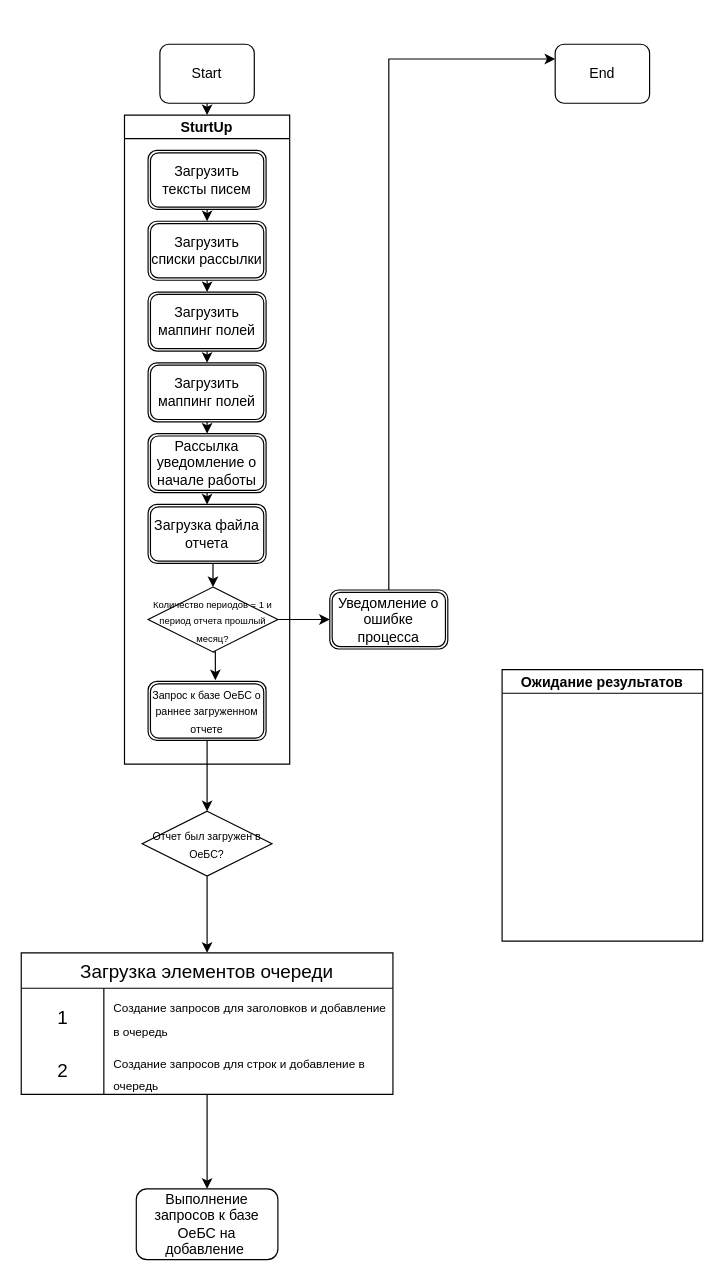
existimatio/GAtest keeps this draw.io diagram as Диаграмма без названия.drawio. Above is the earlier version. Source tidied: cells renumbered, new cells numbered last; positions are measured from the earlier drawing's top-left corner, leaving out a move shared by most shapes. Both pictures are drawn from the tidied source at 118%, with x=0, y=0 at pixel (20, 44).
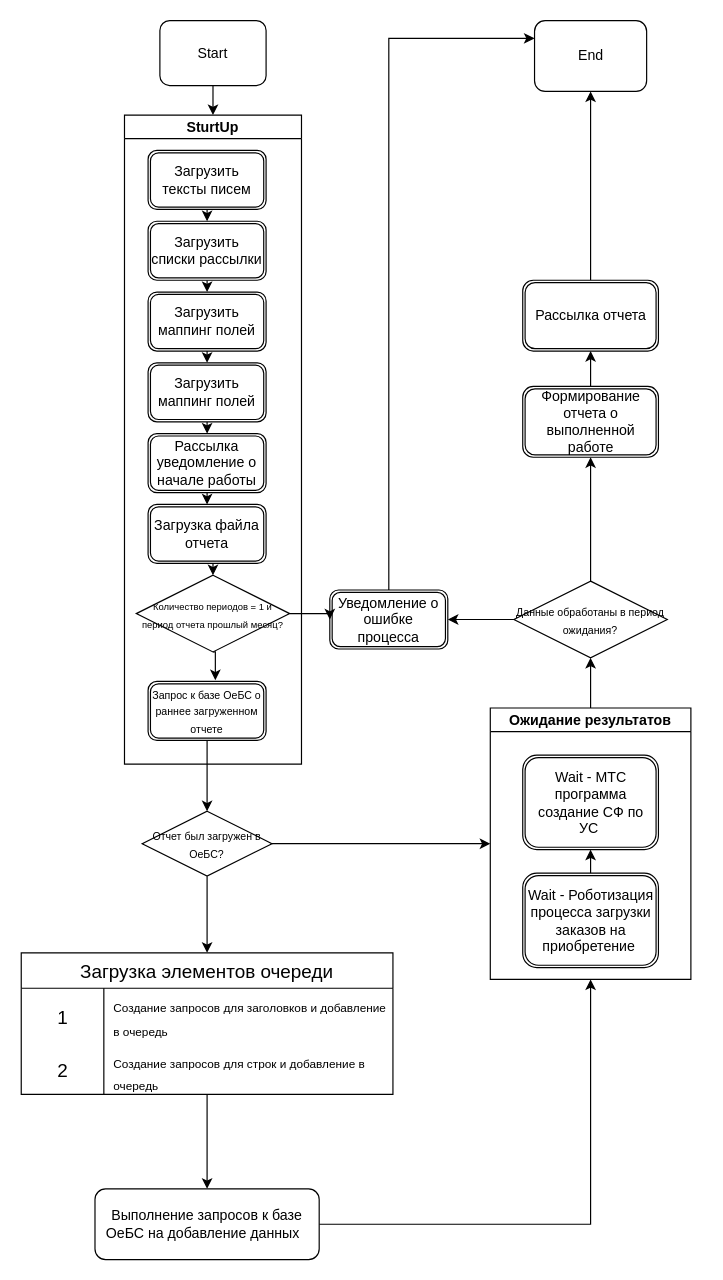
After the change.

The change refers to these unchanged cells:
```xml
<mxCell id="22" value="Уведомление о ошибке процесса" style="shape=ext;double=1;rounded=1;whiteSpace=wrap;html=1;" parent="1" vertex="1">
  <mxGeometry x="262" y="462.5" width="100" height="50" as="geometry" />
</mxCell>
<mxCell id="25" value="&lt;font style=&quot;font-size: 9px;&quot;&gt;Отчет был загружен в ОеБС?&lt;/font&gt;" style="rhombus;whiteSpace=wrap;html=1;" parent="1" vertex="1">
  <mxGeometry x="103" y="650" width="110" height="55" as="geometry" />
</mxCell>
```

Diff of the diagram source:
```diff
@@
     <mxCell id="3" value="Start" style="rounded=1;whiteSpace=wrap;html=1;fontSize=12;glass=0;strokeWidth=1;shadow=0;" parent="1" vertex="1">
-      <mxGeometry x="118" width="80" height="50" as="geometry" />
+      <mxGeometry x="118" y="-20" width="90" height="55" as="geometry" />
     </mxCell>
     <mxCell id="4" value="End" style="rounded=1;whiteSpace=wrap;html=1;fontSize=12;glass=0;strokeWidth=1;shadow=0;" parent="1" vertex="1">
-      <mxGeometry x="453" width="80" height="50" as="geometry" />
+      <mxGeometry x="435.5" y="-20" width="95" height="60" as="geometry" />
     </mxCell>
     <mxCell id="5" value="SturtUp" style="swimlane;startSize=20;horizontal=1;containerType=tree;" parent="1" vertex="1">
-      <mxGeometry x="88" y="60" width="140" height="550" as="geometry" />
+      <mxGeometry x="88" y="60" width="150" height="550" as="geometry" />
     </mxCell>
@@
     <mxCell id="19" value="&lt;font style=&quot;font-size: 8px;&quot;&gt;Количество периодов = 1 и период отчета прошлый месяц?&lt;/font&gt;" style="rhombus;whiteSpace=wrap;html=1;" parent="5" vertex="1">
-      <mxGeometry x="20" y="400" width="110" height="55" as="geometry" />
+      <mxGeometry x="10" y="390" width="130" height="65" as="geometry" />
     </mxCell>
@@
+    <mxCell id="37" style="edgeStyle=orthogonalEdgeStyle;rounded=0;jettySize=auto;html=1;exitX=1;exitY=0.5;exitDx=0;exitDy=0;entryX=0;entryY=0.5;entryDx=0;entryDy=0;" parent="1" edge="1" source="25" target="27">
+      <mxGeometry relative="1" as="geometry" />
+    </mxCell>
@@
+    <mxCell id="38" style="edgeStyle=orthogonalEdgeStyle;rounded=0;jettySize=auto;html=1;exitX=0.5;exitY=0;exitDx=0;exitDy=0;entryX=0.5;entryY=1;entryDx=0;entryDy=0;" parent="1" edge="1" source="27" target="45">
+      <mxGeometry relative="1" as="geometry" />
+    </mxCell>
     <mxCell id="27" value="Ожидание результатов" style="swimlane;startSize=20;horizontal=1;containerType=tree;" parent="1" vertex="1">
-      <mxGeometry x="408" y="530" width="170" height="230" as="geometry" />
+      <mxGeometry x="398" y="562.5" width="170" height="230" as="geometry" />
     </mxCell>
+    <mxCell id="39" value="Wait - МТС программа создание СФ по УС&amp;nbsp;" style="shape=ext;double=1;rounded=1;whiteSpace=wrap;html=1;" parent="27" vertex="1">
+      <mxGeometry x="27.5" y="40" width="115" height="80" as="geometry" />
+    </mxCell>
+    <mxCell id="40" style="edgeStyle=orthogonalEdgeStyle;rounded=0;jettySize=auto;html=1;exitX=0.5;exitY=0;exitDx=0;exitDy=0;entryX=0.5;entryY=1;entryDx=0;entryDy=0;" parent="27" edge="1" source="41" target="39">
+      <mxGeometry relative="1" as="geometry" />
+    </mxCell>
+    <mxCell id="41" value="Wait - Роботизация процесса загрузки заказов на приобретение&amp;nbsp;" style="shape=ext;double=1;rounded=1;whiteSpace=wrap;html=1;" parent="27" vertex="1">
+      <mxGeometry x="27.5" y="140" width="115" height="80" as="geometry" />
+    </mxCell>
@@
+    <mxCell id="42" style="edgeStyle=orthogonalEdgeStyle;rounded=0;jettySize=auto;html=1;exitX=1;exitY=0.5;exitDx=0;exitDy=0;entryX=0.5;entryY=1;entryDx=0;entryDy=0;" parent="1" edge="1" source="36" target="27">
+      <mxGeometry relative="1" as="geometry" />
+    </mxCell>
-    <mxCell id="36" value="Выполнение запросов к базе ОеБС на добавление&amp;nbsp;" style="rounded=1;whiteSpace=wrap;html=1;" parent="1" vertex="1">
-      <mxGeometry x="98" y="970" width="120" height="60" as="geometry" />
+    <mxCell id="36" value="Выполнение запросов к базе ОеБС на добавление данных&amp;nbsp;&amp;nbsp;" style="rounded=1;whiteSpace=wrap;html=1;" parent="1" vertex="1">
+      <mxGeometry x="63" y="970" width="190" height="60" as="geometry" />
     </mxCell>
+    <mxCell id="43" style="edgeStyle=orthogonalEdgeStyle;rounded=0;jettySize=auto;html=1;exitX=0;exitY=0.5;exitDx=0;exitDy=0;" parent="1" edge="1" source="45" target="22">
+      <mxGeometry relative="1" as="geometry" />
+    </mxCell>
+    <mxCell id="44" style="edgeStyle=orthogonalEdgeStyle;rounded=0;jettySize=auto;html=1;exitX=0.5;exitY=0;exitDx=0;exitDy=0;" parent="1" edge="1" source="45" target="47">
+      <mxGeometry relative="1" as="geometry" />
+    </mxCell>
+    <mxCell id="45" value="&lt;font style=&quot;font-size: 9px;&quot;&gt;Данные обработаны в период ожидания?&lt;/font&gt;" style="rhombus;whiteSpace=wrap;html=1;" parent="1" vertex="1">
+      <mxGeometry x="418" y="455" width="130" height="65" as="geometry" />
+    </mxCell>
+    <mxCell id="46" style="edgeStyle=orthogonalEdgeStyle;rounded=0;jettySize=auto;html=1;exitX=0.5;exitY=0;exitDx=0;exitDy=0;entryX=0.5;entryY=1;entryDx=0;entryDy=0;" parent="1" edge="1" source="47" target="49">
+      <mxGeometry relative="1" as="geometry" />
+    </mxCell>
+    <mxCell id="47" value="Формирование отчета о выполненной работе" style="shape=ext;double=1;rounded=1;whiteSpace=wrap;html=1;" parent="1" vertex="1">
+      <mxGeometry x="425.5" y="290" width="115" height="60" as="geometry" />
+    </mxCell>
+    <mxCell id="48" style="edgeStyle=orthogonalEdgeStyle;rounded=0;jettySize=auto;html=1;exitX=0.5;exitY=0;exitDx=0;exitDy=0;" parent="1" edge="1" source="49" target="4">
+      <mxGeometry relative="1" as="geometry" />
+    </mxCell>
+    <mxCell id="49" value="Рассылка отчета" style="shape=ext;double=1;rounded=1;whiteSpace=wrap;html=1;" parent="1" vertex="1">
+      <mxGeometry x="425.5" y="200" width="115" height="60" as="geometry" />
+    </mxCell>
```
